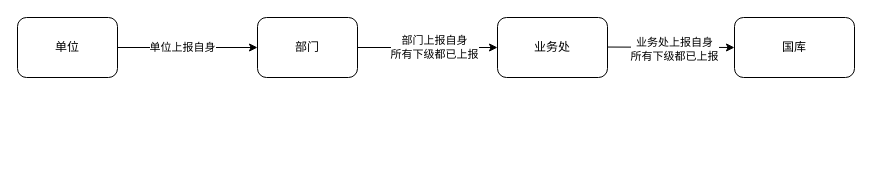
This is 普通上报流程.drawio from 1148118271/images, a draw.io file, before an edit. Source tidied: cells renumbered, new cells numbered last; positions are measured from the earlier drawing's top-left corner, leaving out a move shared by most shapes. Both pictures are drawn from the tidied source at 100%, with x=0, y=0 at pixel (17, 17).
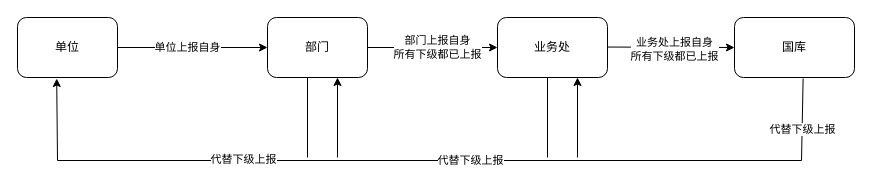
Above is the later version.

Commit message:
更新普通上报流程.drawio

Unchanged cells that the change refers to:
```xml
<mxCell id="2" value="单位" style="rounded=1;whiteSpace=wrap;html=1;" parent="1" vertex="1">
  <mxGeometry width="100" height="60" as="geometry" />
</mxCell>
<mxCell id="9" value="国库" style="rounded=1;whiteSpace=wrap;html=1;" parent="1" vertex="1">
  <mxGeometry x="717" width="120" height="60" as="geometry" />
</mxCell>
```

Diff of the diagram source:
```diff
@@
     <mxCell id="5" value="部门" style="rounded=1;whiteSpace=wrap;html=1;" parent="1" vertex="1">
-      <mxGeometry x="240" width="100" height="60" as="geometry" />
+      <mxGeometry x="250" width="100" height="60" as="geometry" />
     </mxCell>
@@
+    <mxCell id="12" style="endArrow=classic;html=1;rounded=0;exitX=0.572;exitY=1.017;exitDx=0;exitDy=0;exitPerimeter=0;entryX=0.392;entryY=1.017;entryDx=0;entryDy=0;entryPerimeter=0;" parent="1" edge="1" source="9" target="2">
+      <mxGeometry relative="1" as="geometry">
+        <Array as="points">
+          <mxPoint x="784" y="143" />
+          <mxPoint x="40" y="143" />
+        </Array>
+      </mxGeometry>
+    </mxCell>
+    <mxCell id="13" value="代替下级上报" style="edgeLabel;html=1;align=center;verticalAlign=middle;" parent="12" vertex="1">
+      <mxGeometry x="-0.89" relative="1" as="geometry" />
+    </mxCell>
+    <mxCell id="14" value="代替下级上报" style="edgeLabel;html=1;align=center;verticalAlign=middle;" parent="12" vertex="1">
+      <mxGeometry x="-0.2" y="-1" relative="1" as="geometry">
+        <mxPoint x="-50" as="offset" />
+      </mxGeometry>
+    </mxCell>
+    <mxCell id="15" value="代替下级上报" style="edgeLabel;html=1;align=center;verticalAlign=middle;" parent="12" vertex="1">
+      <mxGeometry x="0.41" y="-2" relative="1" as="geometry" />
+    </mxCell>
+    <mxCell id="16" style="endArrow=classic;html=1;rounded=0;entryX=0.25;entryY=1;entryDx=0;entryDy=0;" parent="1" edge="1">
+      <mxGeometry relative="1" as="geometry">
+        <mxPoint x="320" y="140" as="sourcePoint" />
+        <mxPoint x="320" y="60" as="targetPoint" />
+      </mxGeometry>
+    </mxCell>
+    <mxCell id="17" style="endArrow=classic;html=1;rounded=0;entryX=0.182;entryY=0.977;entryDx=0;entryDy=0;entryPerimeter=0;" parent="1" edge="1">
+      <mxGeometry relative="1" as="geometry">
+        <mxPoint x="560" y="140" as="sourcePoint" />
+        <mxPoint x="560" y="60" as="targetPoint" />
+      </mxGeometry>
+    </mxCell>
+    <mxCell id="18" style="endArrow=none;html=1;rounded=0;" parent="1" edge="1">
+      <mxGeometry relative="1" as="geometry">
+        <mxPoint x="530" y="140" as="sourcePoint" />
+        <mxPoint x="530" y="60" as="targetPoint" />
+      </mxGeometry>
+    </mxCell>
+    <mxCell id="19" style="endArrow=none;html=1;rounded=0;" parent="1" edge="1">
+      <mxGeometry relative="1" as="geometry">
+        <mxPoint x="290" y="140" as="sourcePoint" />
+        <mxPoint x="290" y="60" as="targetPoint" />
+      </mxGeometry>
+    </mxCell>
```
